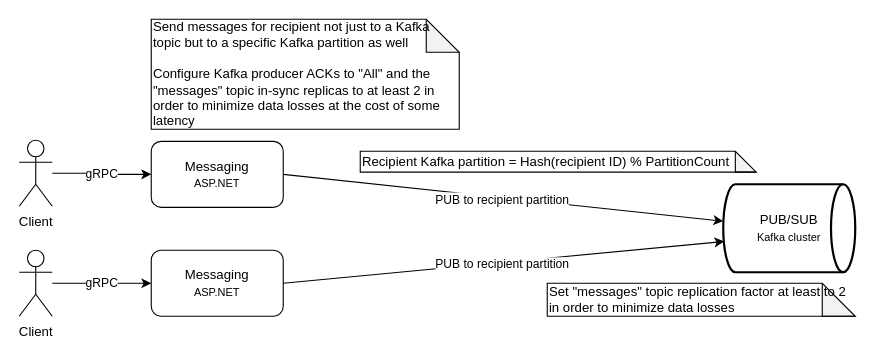
Above: docs/diagrams/cecochat-02-message-send.drawio in cvetomir-todorov/CecoChat (draw.io), before the change. Source tidied: cells renumbered, new cells numbered last; positions are measured from the earlier drawing's top-left corner, leaving out a move shared by most shapes. Both pictures are drawn from the tidied source at 110%, with x=0, y=0 at pixel (19, 19).
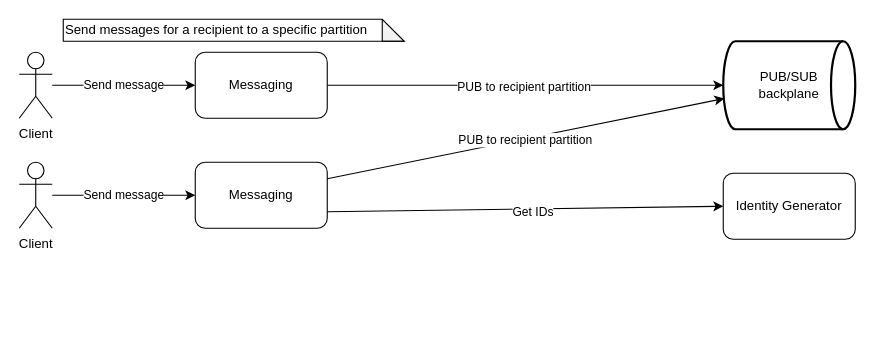
The same page after the edit.

What changed in the source:
```diff
@@
 <mxGraphModel>
   <root>
     <mxCell id="0" />
     <mxCell id="1" parent="0" />
-    <mxCell id="2" value="gRPC" style="edgeStyle=orthogonalEdgeStyle;rounded=0;jettySize=auto;html=1;entryX=0;entryY=0.5;entryDx=0;entryDy=0;startArrow=none;startFill=0;" parent="1" edge="1" source="3" target="7">
+    <mxCell id="2" value="Send message" style="edgeStyle=orthogonalEdgeStyle;rounded=0;jettySize=auto;html=1;entryX=0;entryY=0.5;entryDx=0;entryDy=0;startArrow=none;startFill=0;" parent="1" edge="1" source="3" target="7">
       <mxGeometry relative="1" as="geometry" />
     </mxCell>
     <mxCell id="3" value="Client" style="shape=umlActor;verticalLabelPosition=bottom;verticalAlign=top;html=1;outlineConnect=0;" parent="1" vertex="1">
-      <mxGeometry y="110" width="30" height="60" as="geometry" />
+      <mxGeometry y="30" width="30" height="60" as="geometry" />
     </mxCell>
-    <mxCell id="4" value="gRPC" style="edgeStyle=orthogonalEdgeStyle;rounded=0;jettySize=auto;html=1;entryX=0;entryY=0.5;entryDx=0;entryDy=0;startArrow=none;startFill=0;" parent="1" edge="1" source="5" target="11">
+    <mxCell id="4" value="Send message" style="edgeStyle=orthogonalEdgeStyle;rounded=0;jettySize=auto;html=1;entryX=0;entryY=0.5;entryDx=0;entryDy=0;startArrow=none;startFill=0;" parent="1" edge="1" source="5" target="11">
       <mxGeometry relative="1" as="geometry" />
     </mxCell>
     <mxCell id="5" value="Client" style="shape=umlActor;verticalLabelPosition=bottom;verticalAlign=top;html=1;outlineConnect=0;" parent="1" vertex="1">
-      <mxGeometry y="210" width="30" height="60" as="geometry" />
+      <mxGeometry y="130" width="30" height="60" as="geometry" />
     </mxCell>
     <mxCell id="6" value="PUB to recipient partition" style="rounded=0;jettySize=auto;html=1;startArrow=none;startFill=0;exitX=1;exitY=0.5;exitDx=0;exitDy=0;" parent="1" edge="1" source="7" target="8">
       <mxGeometry y="-2" relative="1" as="geometry">
         <mxPoint x="-1" as="offset" />
       </mxGeometry>
     </mxCell>
-    <mxCell id="7" value="&lt;font style=&quot;font-size: 12px&quot;&gt;Messaging&lt;/font&gt;&lt;br&gt;&lt;font style=&quot;font-size: 10px&quot;&gt;ASP.NET&lt;/font&gt;" style="rounded=1;whiteSpace=wrap;html=1;" parent="1" vertex="1">
-      <mxGeometry x="120" y="111" width="120" height="60" as="geometry" />
+    <mxCell id="7" value="&lt;font style=&quot;font-size: 12px&quot;&gt;Messaging&lt;/font&gt;" style="rounded=1;whiteSpace=wrap;html=1;" parent="1" vertex="1">
+      <mxGeometry x="160" y="30" width="120" height="60" as="geometry" />
     </mxCell>
-    <mxCell id="8" value="PUB/SUB&lt;br&gt;&lt;font style=&quot;font-size: 10px&quot;&gt;Kafka cluster&lt;/font&gt;" style="strokeWidth=2;html=1;shape=mxgraph.flowchart.direct_data;whiteSpace=wrap;" parent="1" vertex="1">
-      <mxGeometry x="640" y="150" width="120" height="80" as="geometry" />
+    <mxCell id="8" value="PUB/SUB&lt;br&gt;backplane" style="strokeWidth=2;html=1;shape=mxgraph.flowchart.direct_data;whiteSpace=wrap;" parent="1" vertex="1">
+      <mxGeometry x="640" y="20" width="120" height="80" as="geometry" />
     </mxCell>
-    <mxCell id="9" value="Set &quot;messages&quot; topic replication factor at least to 2 in order to minimize data losses" style="shape=note;whiteSpace=wrap;html=1;backgroundOutline=1;darkOpacity=0.05;align=left;" parent="1" vertex="1">
-      <mxGeometry x="480" y="240" width="280" height="30" as="geometry" />
-    </mxCell>
-    <mxCell id="10" value="Send messages for recipient not just to a Kafka topic but to a specific Kafka partition as well&lt;br&gt;&lt;br&gt;Configure Kafka producer ACKs to &quot;All&quot; and the &quot;messages&quot; topic in-sync replicas to at least 2 in order to minimize data losses at the cost of some latency" style="shape=note;whiteSpace=wrap;html=1;backgroundOutline=1;darkOpacity=0.05;align=left;" parent="1" vertex="1">
-      <mxGeometry x="120" width="280" height="100" as="geometry" />
+    <mxCell id="10" value="Send messages for a recipient to a specific partition" style="shape=note;whiteSpace=wrap;html=1;backgroundOutline=1;darkOpacity=0.05;align=left;" parent="1" vertex="1">
+      <mxGeometry x="40" width="310" height="20" as="geometry" />
     </mxCell>
-    <mxCell id="11" value="&lt;font style=&quot;font-size: 12px&quot;&gt;Messaging&lt;/font&gt;&lt;br&gt;&lt;font style=&quot;font-size: 10px&quot;&gt;ASP.NET&lt;/font&gt;" style="rounded=1;whiteSpace=wrap;html=1;" parent="1" vertex="1">
-      <mxGeometry x="120" y="210" width="120" height="60" as="geometry" />
+    <mxCell id="11" value="&lt;font style=&quot;font-size: 12px&quot;&gt;Messaging&lt;/font&gt;" style="rounded=1;whiteSpace=wrap;html=1;" parent="1" vertex="1">
+      <mxGeometry x="160" y="130" width="120" height="60" as="geometry" />
     </mxCell>
-    <mxCell id="12" value="PUB to recipient partition" style="rounded=0;jettySize=auto;html=1;startArrow=none;startFill=0;exitX=1;exitY=0.5;exitDx=0;exitDy=0;entryX=0.008;entryY=0.65;entryDx=0;entryDy=0;entryPerimeter=0;" parent="1" edge="1" source="11" target="8">
+    <mxCell id="12" value="PUB to recipient partition" style="rounded=0;jettySize=auto;html=1;startArrow=none;startFill=0;exitX=1;exitY=0.25;exitDx=0;exitDy=0;entryX=0.008;entryY=0.65;entryDx=0;entryDy=0;entryPerimeter=0;" parent="1" edge="1" source="11" target="8">
       <mxGeometry y="-2" relative="1" as="geometry">
         <mxPoint x="-1" as="offset" />
       </mxGeometry>
     </mxCell>
-    <mxCell id="13" value="Recipient Kafka partition = Hash(recipient ID) % PartitionCount" style="shape=note;whiteSpace=wrap;html=1;backgroundOutline=1;darkOpacity=0.05;align=left;" parent="1" vertex="1">
-      <mxGeometry x="310" y="120" width="360" height="19" as="geometry" />
-    </mxCell>
+    <mxCell id="14" value="&lt;font style=&quot;font-size: 12px&quot;&gt;Identity Generator&lt;/font&gt;" style="rounded=1;whiteSpace=wrap;html=1;" parent="1" vertex="1">
+      <mxGeometry x="640" y="140" width="120" height="60" as="geometry" />
+    </mxCell>
+    <mxCell id="15" value="Get IDs" style="endArrow=classic;html=1;entryX=0;entryY=0.5;entryDx=0;entryDy=0;exitX=1;exitY=0.75;exitDx=0;exitDy=0;" parent="1" edge="1" source="11" target="14">
+      <mxGeometry x="0.04" y="-3" relative="1" as="geometry" />
+    </mxCell>
   </root>
 </mxGraphModel>
```
